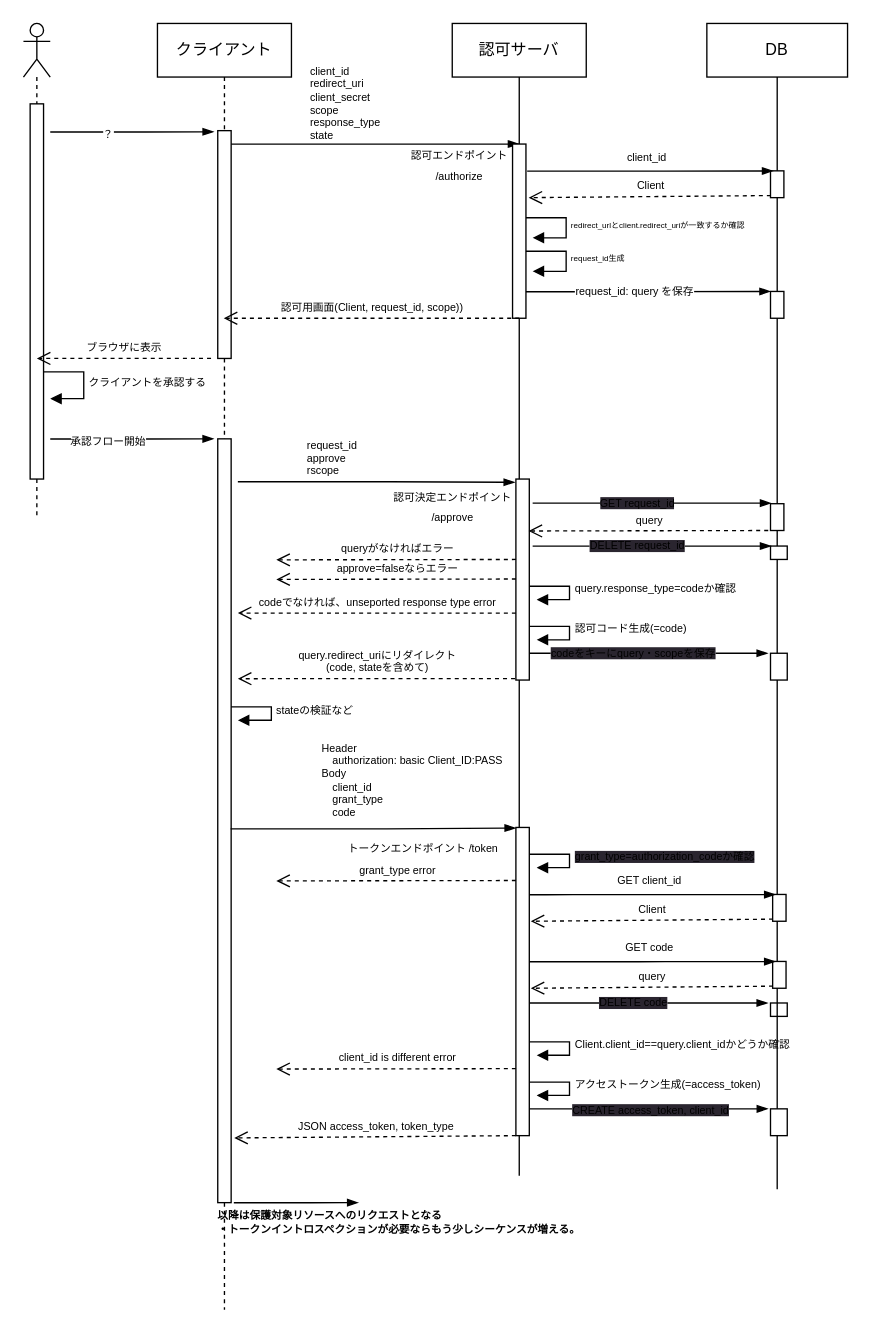
The draw.io diagram Authorization_Code_Flow(authorize_server).drawio in KEN3pei/oauth-hands-on, before the edit. Source tidied: cells renumbered, new cells numbered last; positions are measured from the earlier drawing's top-left corner, leaving out a move shared by most shapes. Both pictures are drawn from the tidied source at 134%, with x=0, y=0 at pixel (23, 23).
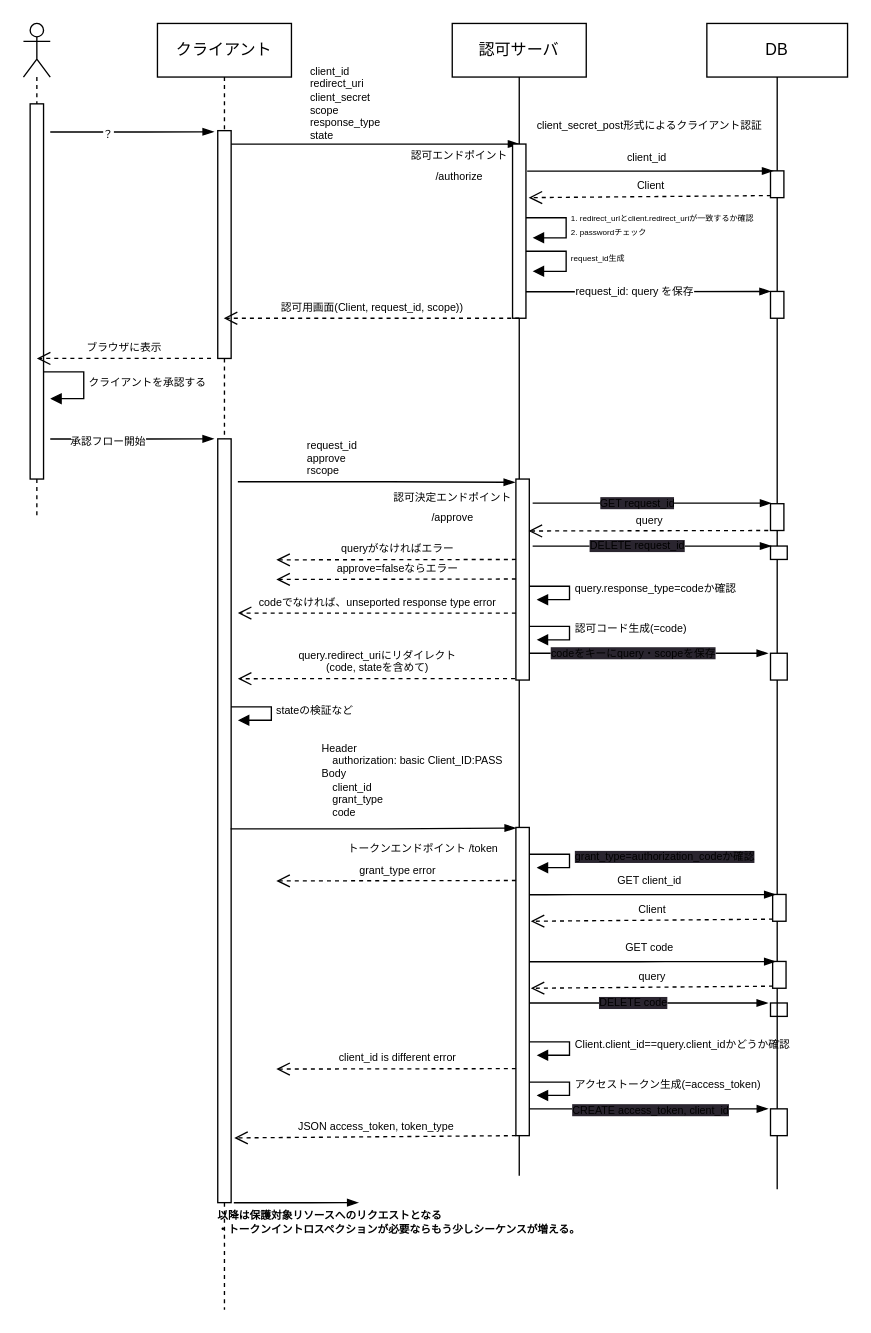
The same page after the edit.

The change refers to these unchanged cells:
```xml
<mxCell id="7" value="認可サーバ" style="shape=umlLifeline;perimeter=lifelinePerimeter;whiteSpace=wrap;html=1;lifelineDashed=0;" parent="1" vertex="1">
  <mxGeometry x="320" width="100" height="860" as="geometry" />
</mxCell>
```

What changed in the source:
```diff
@@
-    <mxCell id="18" value="&lt;font style=&quot;font-size: 6px;&quot;&gt;redirect_urlとclient.redirect_uriが一致するか確認&lt;/font&gt;" style="edgeStyle=orthogonalEdgeStyle;html=1;align=left;spacingLeft=2;endArrow=block;rounded=0;fontSize=8;" parent="7" edge="1">
+    <mxCell id="18" value="&lt;font style=&quot;font-size: 6px;&quot;&gt;1. redirect_urlとclient.redirect_uriが一致するか確認&lt;br&gt;2. passwordチェック&lt;br&gt;&lt;/font&gt;" style="edgeStyle=orthogonalEdgeStyle;html=1;align=left;spacingLeft=2;endArrow=block;rounded=0;fontSize=8;" parent="7" edge="1">
       <mxGeometry relative="1" as="geometry">
         <mxPoint x="55" y="145" as="sourcePoint" />
         <mxPoint x="60" y="160" as="targetPoint" />
         <Array as="points">
           <mxPoint x="85" y="145" />
         </Array>
       </mxGeometry>
     </mxCell>
@@
+    <mxCell id="76" value="&lt;font style=&quot;font-size: 8px;&quot;&gt;client_secret_post形式によるクライアント認証&lt;/font&gt;" style="text;html=1;align=center;verticalAlign=middle;strokeColor=none;fillColor=none;" parent="1" vertex="1">
+      <mxGeometry x="371.6" y="60" width="190" height="30" as="geometry" />
+    </mxCell>
```
